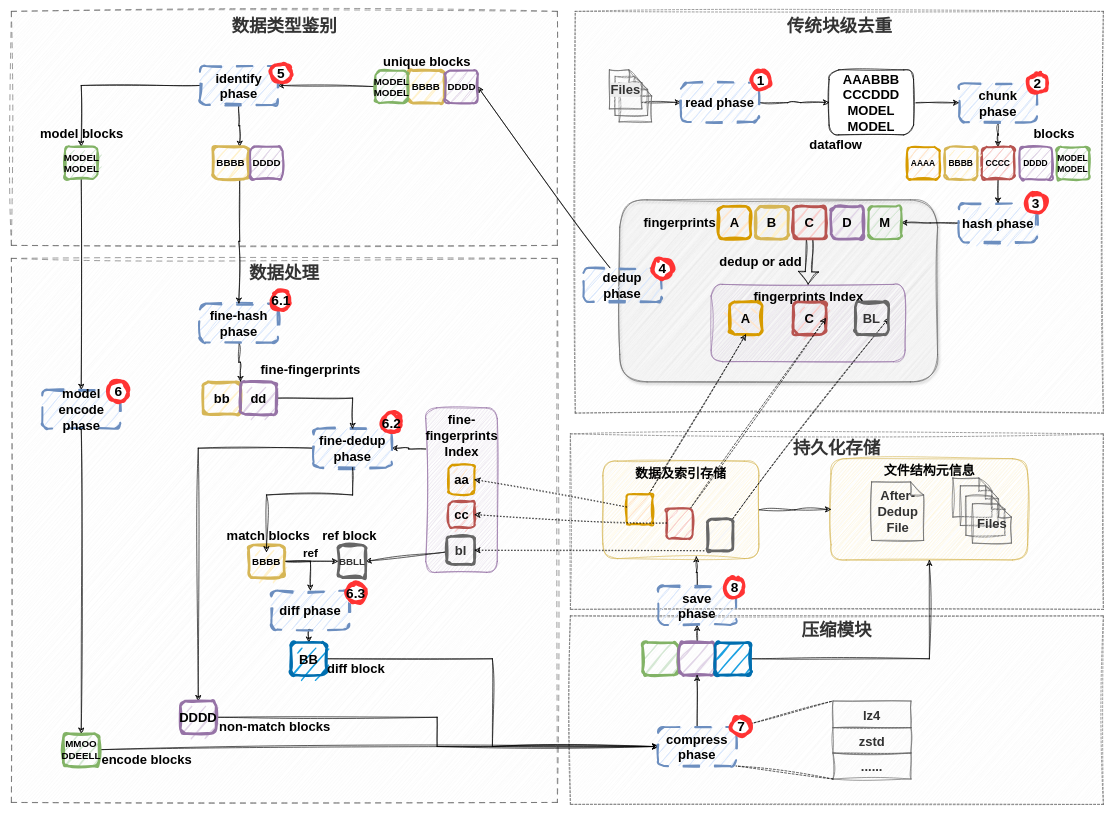
lucky6six/SJTU-lz keeps this draw.io diagram as figures/0309系统去重存储工作流.drawio. Above is the earlier version. Source tidied: cells renumbered, new cells numbered last; positions are measured from the earlier drawing's top-left corner, leaving out a move shared by most shapes. Both pictures are drawn from the tidied source at 65%, with x=0, y=0 at pixel (11, 11).
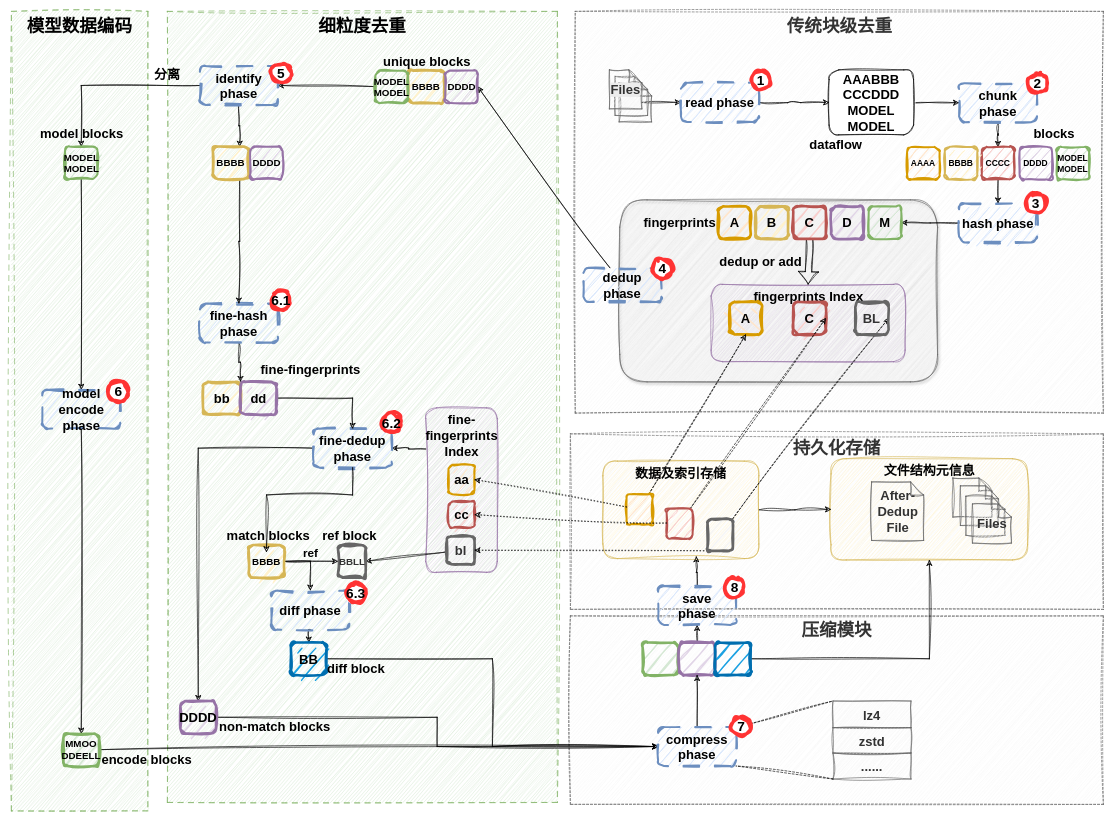
Above is the later version.

Change to the diagram source:
```diff
@@
-    <mxCell id="6" value="&lt;font&gt;&lt;span&gt;数据处理&lt;/span&gt;&lt;/font&gt;" style="rounded=0;whiteSpace=wrap;html=1;verticalAlign=top;fillColor=#f5f5f5;strokeColor=#666666;dashed=1;dashPattern=8 8;fontSize=27;fontStyle=1;fontColor=#333333;sketch=1;curveFitting=1;jiggle=2;" parent="1" vertex="1">
-      <mxGeometry y="380" width="840" height="837" as="geometry" />
+    <mxCell id="6" value="&lt;font&gt;&lt;span&gt;细粒度去重&lt;/span&gt;&lt;/font&gt;" style="rounded=0;whiteSpace=wrap;html=1;verticalAlign=top;fillColor=#d5e8d4;strokeColor=#82b366;dashed=1;dashPattern=8 8;fontSize=27;fontStyle=1;sketch=1;curveFitting=1;jiggle=2;" parent="1" vertex="1">
+      <mxGeometry x="240" width="600" height="1217" as="geometry" />
     </mxCell>
-    <mxCell id="7" value="&lt;font&gt;&lt;span&gt;数据类型鉴别&lt;/span&gt;&lt;/font&gt;" style="rounded=0;whiteSpace=wrap;html=1;dashed=1;dashPattern=8 8;verticalAlign=top;fontSize=27;fontStyle=1;fillColor=#f5f5f5;fontColor=#333333;strokeColor=#666666;sketch=1;curveFitting=1;jiggle=2;" parent="1" vertex="1">
-      <mxGeometry width="840" height="360" as="geometry" />
+    <mxCell id="7" value="&lt;font&gt;&lt;span&gt;模型数据编码&lt;/span&gt;&lt;/font&gt;" style="rounded=0;whiteSpace=wrap;html=1;dashed=1;dashPattern=8 8;verticalAlign=top;fontSize=27;fontStyle=1;fillColor=#d5e8d4;strokeColor=#82b366;sketch=1;curveFitting=1;jiggle=2;" parent="1" vertex="1">
+      <mxGeometry width="210" height="1230" as="geometry" />
     </mxCell>
@@
+    <mxCell id="134" value="分离" style="text;html=1;whiteSpace=wrap;strokeColor=none;fillColor=none;align=center;verticalAlign=middle;rounded=0;fontSize=20;fontStyle=1;" parent="1" vertex="1">
+      <mxGeometry x="210" y="80.5" width="60" height="30" as="geometry" />
+    </mxCell>
```
